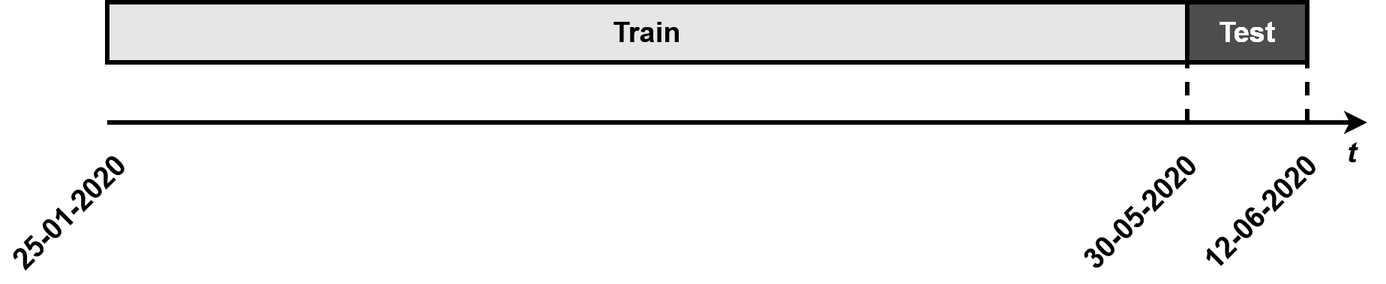
Above: Images/test2.png in tomasbogalho/Tom-s-Bogalho-MSc-Thesis-New (draw.io), before the change. Source tidied: cells renumbered, new cells last; positions are measured from the earlier drawing's top-left corner, leaving out a move shared by most shapes. The source it was exported from:
```xml
<mxGraphModel>
  <root>
    <mxCell id="0" />
    <mxCell id="1" parent="0" />
    <mxCell id="2" style="endArrow=classic;html=1;strokeWidth=3;" parent="1" edge="1">
      <mxGeometry relative="1" as="geometry">
        <mxPoint x="80" y="80" as="sourcePoint" />
        <mxPoint x="920" y="80" as="targetPoint" />
      </mxGeometry>
    </mxCell>
    <mxCell id="3" value="&lt;font style=&quot;font-size: 19px&quot;&gt;&lt;i&gt;t&lt;/i&gt;&lt;/font&gt;" style="text;html=1;strokeColor=none;fillColor=none;align=center;verticalAlign=middle;whiteSpace=wrap;rounded=0;strokeWidth=3;fontStyle=1;" parent="1" vertex="1">
      <mxGeometry x="890" y="90" width="40" height="20" as="geometry" />
    </mxCell>
    <mxCell id="4" value="&lt;font style=&quot;font-size: 19px&quot;&gt;25-01-2020&lt;/font&gt;" style="text;html=1;strokeColor=none;fillColor=none;align=center;verticalAlign=middle;whiteSpace=wrap;rounded=0;rotation=-45;fontStyle=1;" parent="1" vertex="1">
      <mxGeometry y="130" width="110" height="20" as="geometry" />
    </mxCell>
    <mxCell id="5" value="&lt;div&gt;&lt;font style=&quot;font-size: 19px&quot;&gt;30-05-2020&lt;/font&gt;&lt;/div&gt;" style="text;html=1;strokeColor=none;fillColor=none;align=center;verticalAlign=middle;whiteSpace=wrap;rounded=0;rotation=-45;fontStyle=1;" parent="1" vertex="1">
      <mxGeometry x="714" y="130" width="110" height="20" as="geometry" />
    </mxCell>
    <mxCell id="6" style="group;" parent="1" vertex="1">
      <mxGeometry x="80" width="805" height="40" as="geometry" />
    </mxCell>
    <mxCell id="7" style="group;" parent="6" vertex="1">
      <mxGeometry width="720" height="40" as="geometry" />
    </mxCell>
    <mxCell id="8" style="rounded=0;whiteSpace=wrap;html=1;strokeWidth=3;fillColor=#E6E6E6;" parent="7" vertex="1">
      <mxGeometry width="720" height="40" as="geometry" />
    </mxCell>
    <mxCell id="9" value="&lt;font style=&quot;font-size: 19px&quot;&gt;Train &lt;/font&gt;" style="text;html=1;strokeColor=none;fillColor=none;align=center;verticalAlign=middle;whiteSpace=wrap;rounded=0;fontStyle=1;" parent="7" vertex="1">
      <mxGeometry x="315" y="10" width="90" height="20" as="geometry" />
    </mxCell>
    <mxCell id="10" style="rounded=0;whiteSpace=wrap;html=1;strokeWidth=3;glass=0;fillColor=#4D4D4D;" parent="6" vertex="1">
      <mxGeometry x="720" width="80" height="40" as="geometry" />
    </mxCell>
    <mxCell id="11" value="&lt;font style=&quot;font-size: 19px&quot;&gt;Test &lt;/font&gt;" style="text;html=1;strokeColor=none;fillColor=none;align=center;verticalAlign=middle;whiteSpace=wrap;rounded=0;fontStyle=1;fontColor=#FFFFFF;" parent="6" vertex="1">
      <mxGeometry x="715" y="10" width="90" height="20" as="geometry" />
    </mxCell>
    <mxCell id="12" value="&lt;div&gt;&lt;font style=&quot;font-size: 19px&quot;&gt;12-06-2020&lt;/font&gt;&lt;/div&gt;" style="text;html=1;strokeColor=none;fillColor=none;align=center;verticalAlign=middle;whiteSpace=wrap;rounded=0;rotation=-45;fontStyle=1;" parent="1" vertex="1">
      <mxGeometry x="794" y="130" width="110" height="20" as="geometry" />
    </mxCell>
    <mxCell id="13" style="endArrow=none;dashed=1;html=1;strokeWidth=3;entryX=1;entryY=0;entryDx=0;entryDy=0;" parent="1" edge="1" target="10">
      <mxGeometry relative="1" as="geometry">
        <mxPoint x="880" y="80" as="sourcePoint" />
      </mxGeometry>
    </mxCell>
    <mxCell id="14" style="endArrow=none;dashed=1;html=1;strokeWidth=3;" parent="1" edge="1">
      <mxGeometry relative="1" as="geometry">
        <mxPoint x="800" y="80" as="sourcePoint" />
        <mxPoint x="800" y="10" as="targetPoint" />
      </mxGeometry>
    </mxCell>
    <mxCell id="15" value="&lt;font style=&quot;font-size: 19px&quot;&gt;Test &lt;/font&gt;" style="text;html=1;strokeColor=none;fillColor=none;align=center;verticalAlign=middle;whiteSpace=wrap;rounded=0;fontStyle=1;fontColor=#FFFFFF;" parent="1" vertex="1">
      <mxGeometry x="795" y="10" width="90" height="20" as="geometry" />
    </mxCell>
    <mxCell id="16" value="&lt;font style=&quot;font-size: 19px&quot;&gt;Test &lt;/font&gt;" style="text;html=1;strokeColor=none;fillColor=none;align=center;verticalAlign=middle;whiteSpace=wrap;rounded=0;fontStyle=1;fontColor=#FFFFFF;" parent="1" vertex="1">
      <mxGeometry x="795" y="10" width="90" height="20" as="geometry" />
    </mxCell>
  </root>
</mxGraphModel>
```
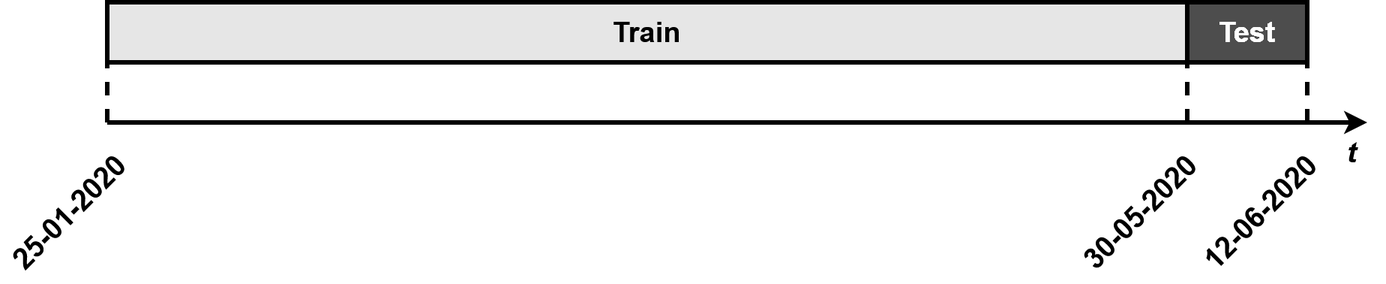
Later version of the same file.

Diff of the diagram source:
```diff
@@ -55,5 +55,11 @@
     <mxCell id="16" value="&lt;font style=&quot;font-size: 19px&quot;&gt;Test &lt;/font&gt;" style="text;html=1;strokeColor=none;fillColor=none;align=center;verticalAlign=middle;whiteSpace=wrap;rounded=0;fontStyle=1;fontColor=#FFFFFF;" parent="1" vertex="1">
       <mxGeometry x="795" y="10" width="90" height="20" as="geometry" />
     </mxCell>
+    <mxCell id="17" style="endArrow=none;dashed=1;html=1;strokeWidth=3;" parent="1" edge="1">
+      <mxGeometry relative="1" as="geometry">
+        <mxPoint x="80" y="80" as="sourcePoint" />
+        <mxPoint x="80" y="10" as="targetPoint" />
+      </mxGeometry>
+    </mxCell>
   </root>
 </mxGraphModel>
```
